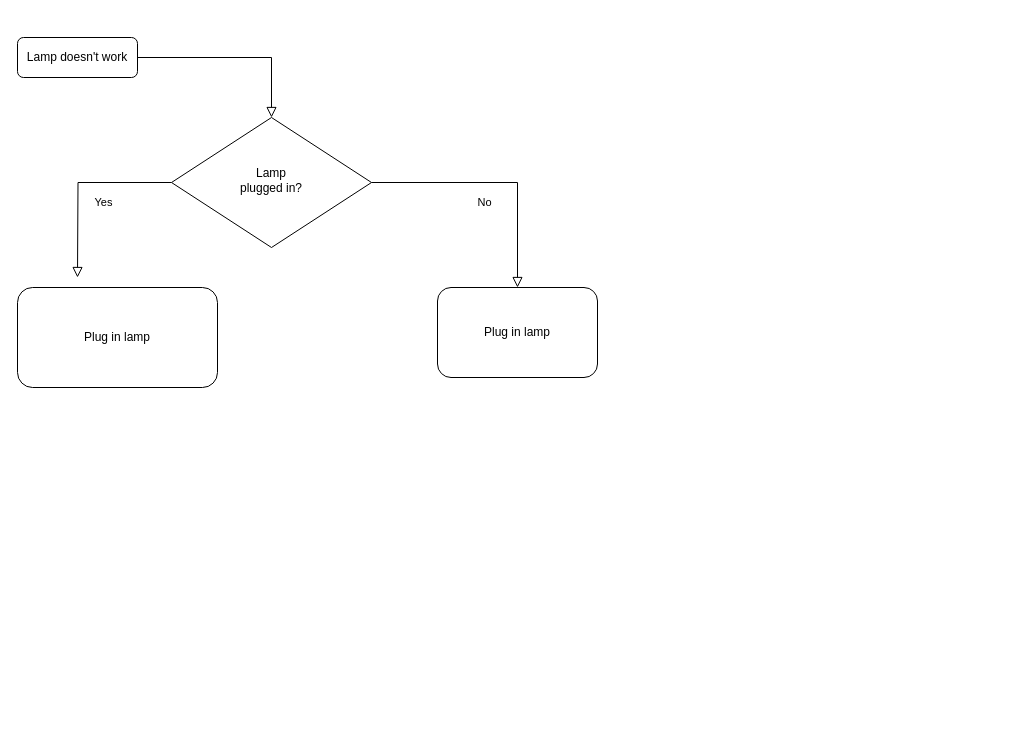
The draw.io diagram Untitled Diagram.drawio in endlescoder/Web-Defacement-Detection-Tool, before the edit. Source tidied: cells renumbered, new cells numbered last; positions are measured from the earlier drawing's top-left corner, leaving out a move shared by most shapes. Both pictures are drawn from the tidied source at 100%, with x=0, y=0 at pixel (17, 37).
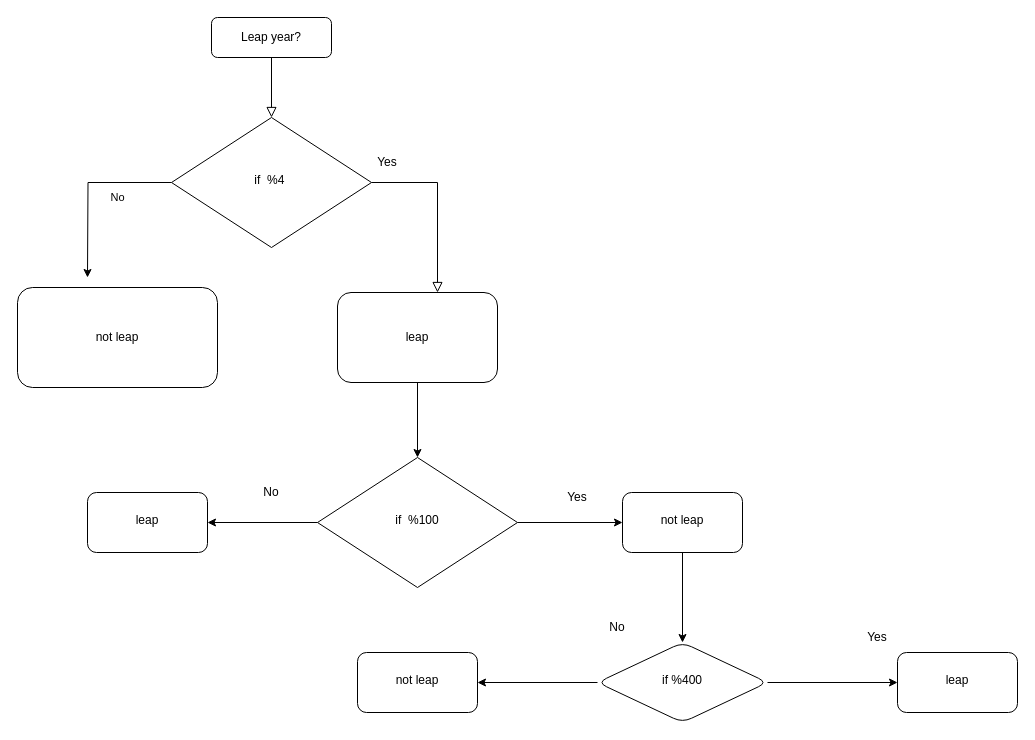
The same diagram, later.

What changed in the source:
```diff
@@
-    <mxCell id="3" value="Lamp doesn't work" style="rounded=1;whiteSpace=wrap;html=1;fontSize=12;glass=0;strokeWidth=1;shadow=0;" parent="1" vertex="1">
-      <mxGeometry width="120" height="40" as="geometry" />
+    <mxCell id="3" value="Leap year?" style="rounded=1;whiteSpace=wrap;html=1;fontSize=12;glass=0;strokeWidth=1;shadow=0;" parent="1" vertex="1">
+      <mxGeometry x="194" y="-20" width="120" height="40" as="geometry" />
     </mxCell>
-    <mxCell id="4" value="Yes" style="rounded=0;html=1;jettySize=auto;fontSize=11;endArrow=block;endFill=0;endSize=8;strokeWidth=1;shadow=0;labelBackgroundColor=none;edgeStyle=orthogonalEdgeStyle;" parent="1" edge="1" source="6">
-      <mxGeometry x="-0.28" y="20" relative="1" as="geometry">
-        <mxPoint x="60" y="240" as="targetPoint" />
-      </mxGeometry>
-    </mxCell>
     <mxCell id="5" value="No" style="edgeStyle=orthogonalEdgeStyle;rounded=0;html=1;jettySize=auto;fontSize=11;endArrow=block;endFill=0;endSize=8;strokeWidth=1;shadow=0;labelBackgroundColor=none;" parent="1" edge="1" source="6" target="7">
-      <mxGeometry x="-0.1" y="-20" relative="1" as="geometry">
+      <mxGeometry x="-1" y="-254" relative="1" as="geometry">
         <Array as="points">
-          <mxPoint x="500" y="145" />
+          <mxPoint x="420" y="145" />
         </Array>
+        <mxPoint x="-254" y="-239" as="offset" />
       </mxGeometry>
     </mxCell>
+    <mxCell id="9" style="edgeStyle=orthogonalEdgeStyle;rounded=0;jettySize=auto;html=1;" parent="1" edge="1" source="6">
+      <mxGeometry relative="1" as="geometry">
+        <mxPoint x="70" y="240" as="targetPoint" />
+      </mxGeometry>
+    </mxCell>
-    <mxCell id="6" value="Lamp&lt;br&gt;plugged in?" style="rhombus;whiteSpace=wrap;html=1;shadow=0;fontFamily=Helvetica;fontSize=12;align=center;strokeWidth=1;spacing=6;spacingTop=-4;" parent="1" vertex="1">
+    <mxCell id="6" value="if&amp;nbsp; %4&amp;nbsp;" style="rhombus;whiteSpace=wrap;html=1;shadow=0;fontFamily=Helvetica;fontSize=12;align=center;strokeWidth=1;spacing=6;spacingTop=-4;" parent="1" vertex="1">
       <mxGeometry x="154" y="80" width="200" height="130" as="geometry" />
     </mxCell>
+    <mxCell id="10" style="edgeStyle=orthogonalEdgeStyle;rounded=0;jettySize=auto;html=1;" parent="1" edge="1" source="7" target="13">
+      <mxGeometry relative="1" as="geometry" />
+    </mxCell>
-    <mxCell id="7" value="Plug in lamp" style="rounded=1;whiteSpace=wrap;html=1;fontSize=12;glass=0;strokeWidth=1;shadow=0;" parent="1" vertex="1">
-      <mxGeometry x="420" y="250" width="160" height="90" as="geometry" />
+    <mxCell id="7" value="leap" style="rounded=1;whiteSpace=wrap;html=1;fontSize=12;glass=0;strokeWidth=1;shadow=0;" parent="1" vertex="1">
+      <mxGeometry x="320" y="255" width="160" height="90" as="geometry" />
     </mxCell>
-    <mxCell id="8" value="Plug in lamp" style="rounded=1;whiteSpace=wrap;html=1;fontSize=12;glass=0;strokeWidth=1;shadow=0;" parent="1" vertex="1">
+    <mxCell id="8" value="not leap" style="rounded=1;whiteSpace=wrap;html=1;fontSize=12;glass=0;strokeWidth=1;shadow=0;" parent="1" vertex="1">
       <mxGeometry y="250" width="200" height="100" as="geometry" />
     </mxCell>
+    <mxCell id="11" style="edgeStyle=orthogonalEdgeStyle;rounded=0;jettySize=auto;html=1;" parent="1" edge="1" source="13" target="14">
+      <mxGeometry relative="1" as="geometry" />
+    </mxCell>
+    <mxCell id="12" style="edgeStyle=orthogonalEdgeStyle;rounded=0;jettySize=auto;html=1;" parent="1" edge="1" source="13" target="17">
+      <mxGeometry relative="1" as="geometry" />
+    </mxCell>
+    <mxCell id="13" value="if&amp;nbsp; %100" style="rhombus;whiteSpace=wrap;html=1;shadow=0;fontFamily=Helvetica;fontSize=12;align=center;strokeWidth=1;spacing=6;spacingTop=-4;" parent="1" vertex="1">
+      <mxGeometry x="300" y="420" width="200" height="130" as="geometry" />
+    </mxCell>
+    <mxCell id="14" value="leap" style="rounded=1;whiteSpace=wrap;html=1;shadow=0;strokeWidth=1;spacing=6;spacingTop=-4;" parent="1" vertex="1">
+      <mxGeometry x="70" y="455" width="120" height="60" as="geometry" />
+    </mxCell>
+    <mxCell id="15" value="Yes" style="text;html=1;strokeColor=none;fillColor=none;align=center;verticalAlign=middle;whiteSpace=wrap;rounded=0;" parent="1" vertex="1">
+      <mxGeometry x="340" y="110" width="60" height="30" as="geometry" />
+    </mxCell>
+    <mxCell id="16" style="edgeStyle=orthogonalEdgeStyle;rounded=0;jettySize=auto;html=1;" parent="1" edge="1" source="17" target="21">
+      <mxGeometry relative="1" as="geometry" />
+    </mxCell>
+    <mxCell id="17" value="not leap" style="rounded=1;whiteSpace=wrap;html=1;shadow=0;strokeWidth=1;spacing=6;spacingTop=-4;" parent="1" vertex="1">
+      <mxGeometry x="605" y="455" width="120" height="60" as="geometry" />
+    </mxCell>
+    <mxCell id="18" value="Yes" style="text;html=1;strokeColor=none;fillColor=none;align=center;verticalAlign=middle;whiteSpace=wrap;rounded=0;" parent="1" vertex="1">
+      <mxGeometry x="530" y="445" width="60" height="30" as="geometry" />
+    </mxCell>
+    <mxCell id="19" style="edgeStyle=orthogonalEdgeStyle;rounded=0;jettySize=auto;html=1;" parent="1" edge="1" source="21" target="22">
+      <mxGeometry relative="1" as="geometry" />
+    </mxCell>
+    <mxCell id="20" style="edgeStyle=orthogonalEdgeStyle;rounded=0;jettySize=auto;html=1;" parent="1" edge="1" source="21" target="23">
+      <mxGeometry relative="1" as="geometry" />
+    </mxCell>
+    <mxCell id="21" value="if %400" style="rhombus;whiteSpace=wrap;html=1;rounded=1;shadow=0;strokeWidth=1;spacing=6;spacingTop=-4;" parent="1" vertex="1">
+      <mxGeometry x="580" y="605" width="170" height="80" as="geometry" />
+    </mxCell>
+    <mxCell id="22" value="leap" style="whiteSpace=wrap;html=1;rounded=1;shadow=0;strokeWidth=1;spacing=6;spacingTop=-4;" parent="1" vertex="1">
+      <mxGeometry x="880" y="615" width="120" height="60" as="geometry" />
+    </mxCell>
+    <mxCell id="23" value="not leap" style="whiteSpace=wrap;html=1;rounded=1;shadow=0;strokeWidth=1;spacing=6;spacingTop=-4;" parent="1" vertex="1">
+      <mxGeometry x="340" y="615" width="120" height="60" as="geometry" />
+    </mxCell>
+    <mxCell id="24" value="Yes" style="text;html=1;strokeColor=none;fillColor=none;align=center;verticalAlign=middle;whiteSpace=wrap;rounded=0;" parent="1" vertex="1">
+      <mxGeometry x="830" y="585" width="60" height="30" as="geometry" />
+    </mxCell>
+    <mxCell id="25" value="No" style="text;html=1;strokeColor=none;fillColor=none;align=center;verticalAlign=middle;whiteSpace=wrap;rounded=0;" parent="1" vertex="1">
+      <mxGeometry x="224" y="440" width="60" height="30" as="geometry" />
+    </mxCell>
+    <mxCell id="26" value="No" style="text;html=1;strokeColor=none;fillColor=none;align=center;verticalAlign=middle;whiteSpace=wrap;rounded=0;" parent="1" vertex="1">
+      <mxGeometry x="570" y="575" width="60" height="30" as="geometry" />
+    </mxCell>
```
